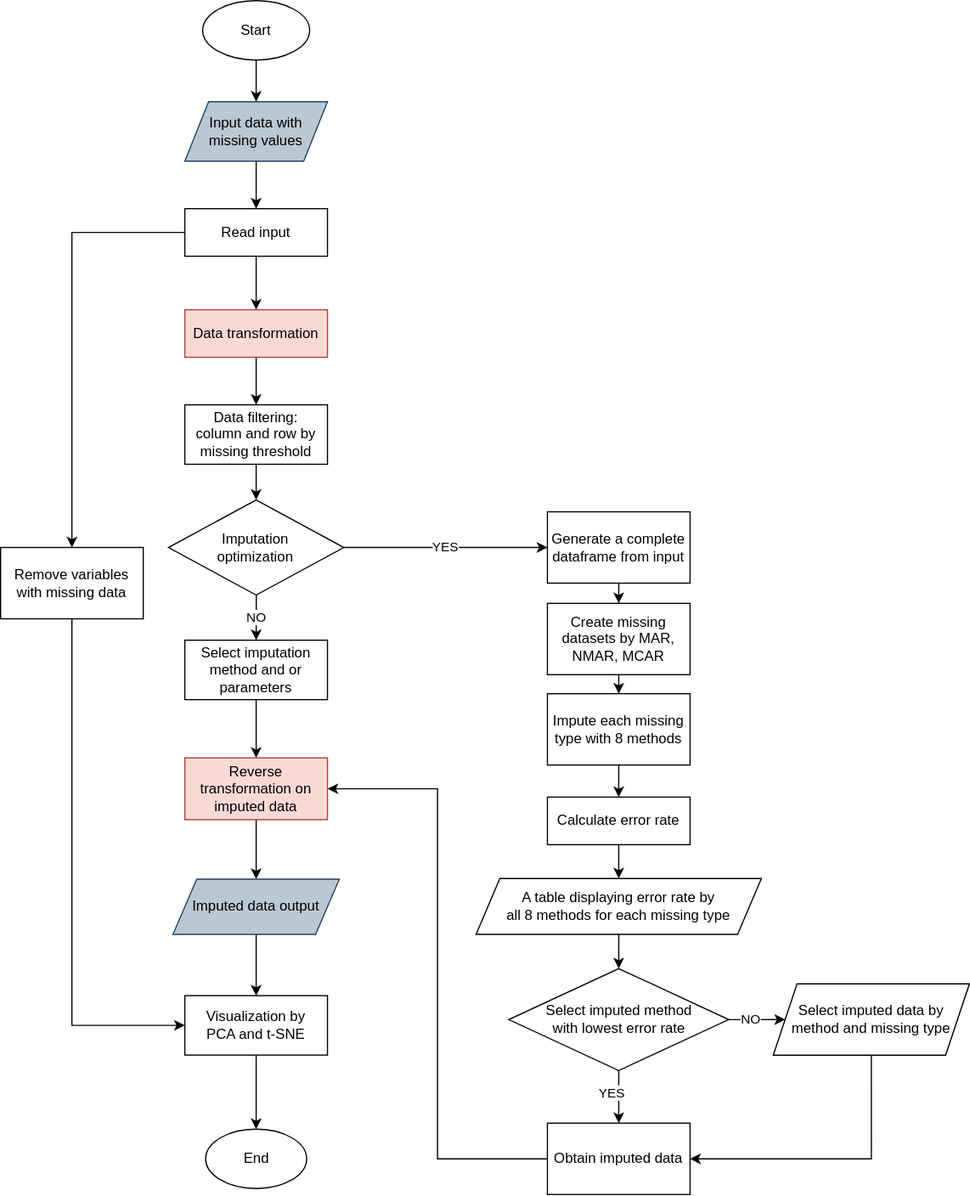
Earlier version of the draw.io export Implimet.svg (janiceou/website_log). Source tidied: cells renumbered, new cells last; positions are measured from the earlier drawing's top-left corner, leaving out a move shared by most shapes.
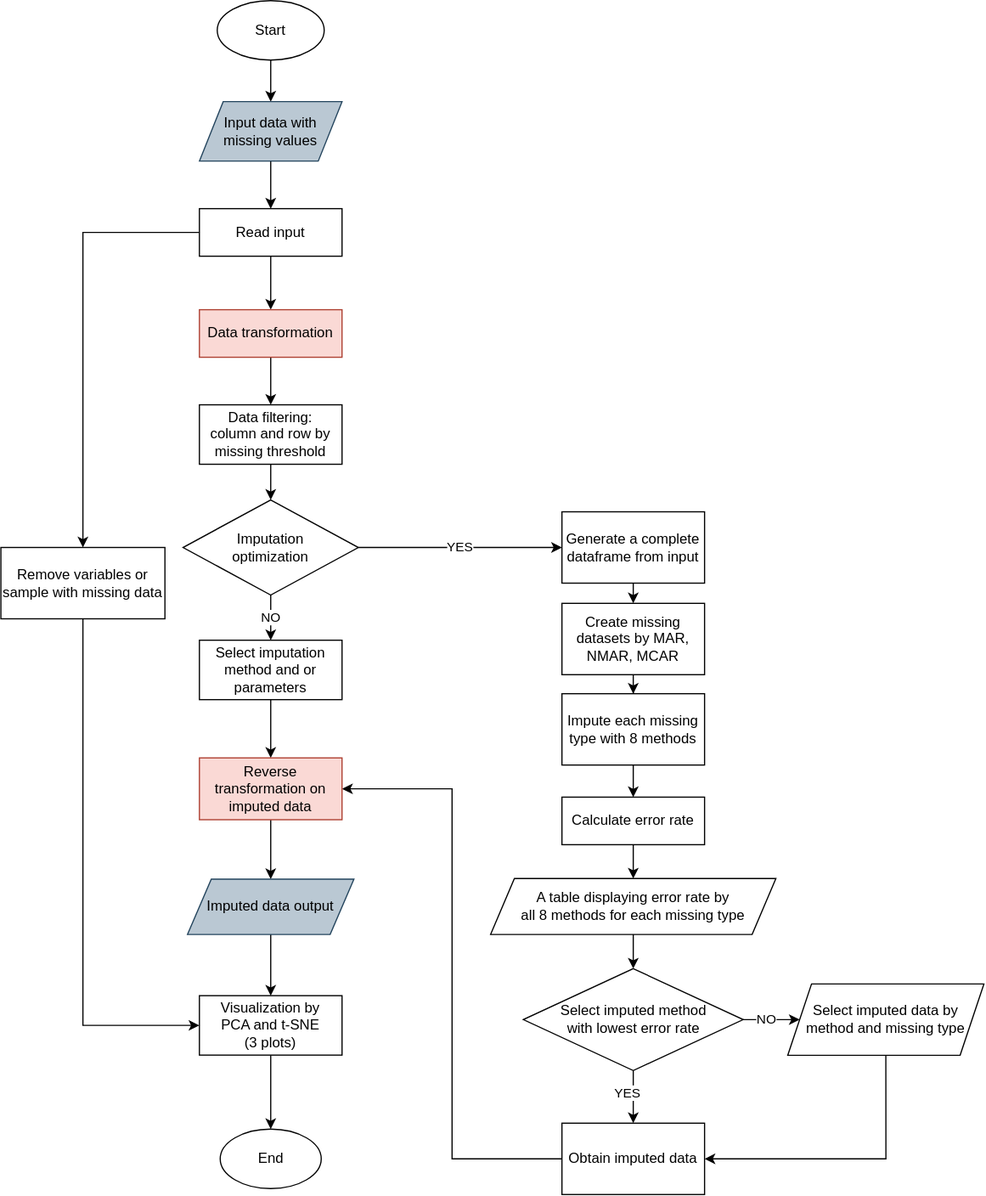
After the commit.

Diff of the diagram source:
```diff
@@ -124,7 +124,7 @@
     <mxCell id="41" style="edgeStyle=orthogonalEdgeStyle;rounded=0;jettySize=auto;html=1;" parent="1" edge="1" source="42" target="43">
       <mxGeometry relative="1" as="geometry" />
     </mxCell>
-    <mxCell id="42" value="Visualization by &lt;br&gt;PCA and t-SNE" style="whiteSpace=wrap;html=1;" parent="1" vertex="1">
+    <mxCell id="42" value="Visualization by &lt;br&gt;PCA and t-SNE&lt;br&gt;(3 plots)" style="whiteSpace=wrap;html=1;" parent="1" vertex="1">
       <mxGeometry x="155" y="837" width="120" height="50" as="geometry" />
     </mxCell>
     <mxCell id="43" value="End" style="ellipse;whiteSpace=wrap;html=1;" parent="1" vertex="1">
@@ -133,8 +133,8 @@
     <mxCell id="44" style="edgeStyle=orthogonalEdgeStyle;rounded=0;jettySize=auto;html=1;exitX=0.5;exitY=1;exitDx=0;exitDy=0;entryX=0;entryY=0.5;entryDx=0;entryDy=0;" parent="1" edge="1" source="45" target="42">
       <mxGeometry relative="1" as="geometry" />
     </mxCell>
-    <mxCell id="45" value="Remove variables with missing data" style="rounded=0;whiteSpace=wrap;html=1;" parent="1" vertex="1">
-      <mxGeometry y="460" width="120" height="60" as="geometry" />
+    <mxCell id="45" value="Remove variables or sample with missing data" style="rounded=0;whiteSpace=wrap;html=1;" parent="1" vertex="1">
+      <mxGeometry x="-12" y="460" width="138" height="60" as="geometry" />
     </mxCell>
   </root>
 </mxGraphModel>
```
